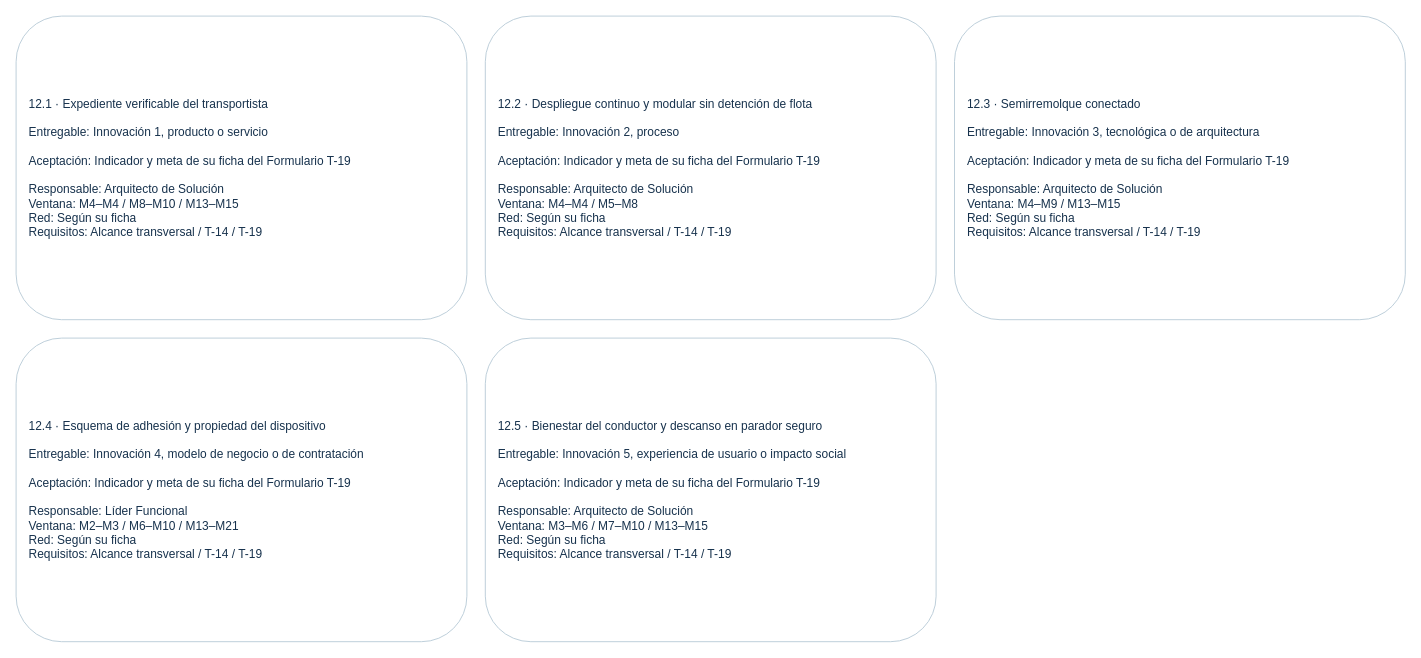
This is page "12 · Innovaciones" (12 of 13) of Informe-2/D2/01_EDT/03_Editables/EDT_Seccionada.drawio from mvergaral/audIT, a draw.io file, before an edit. Source tidied: cells renumbered, new cells numbered last; positions are measured from the earlier drawing's top-left corner, leaving out a move shared by most shapes. Both pictures are drawn from the tidied source at 92%, with x=0, y=0 at pixel (16, 16).
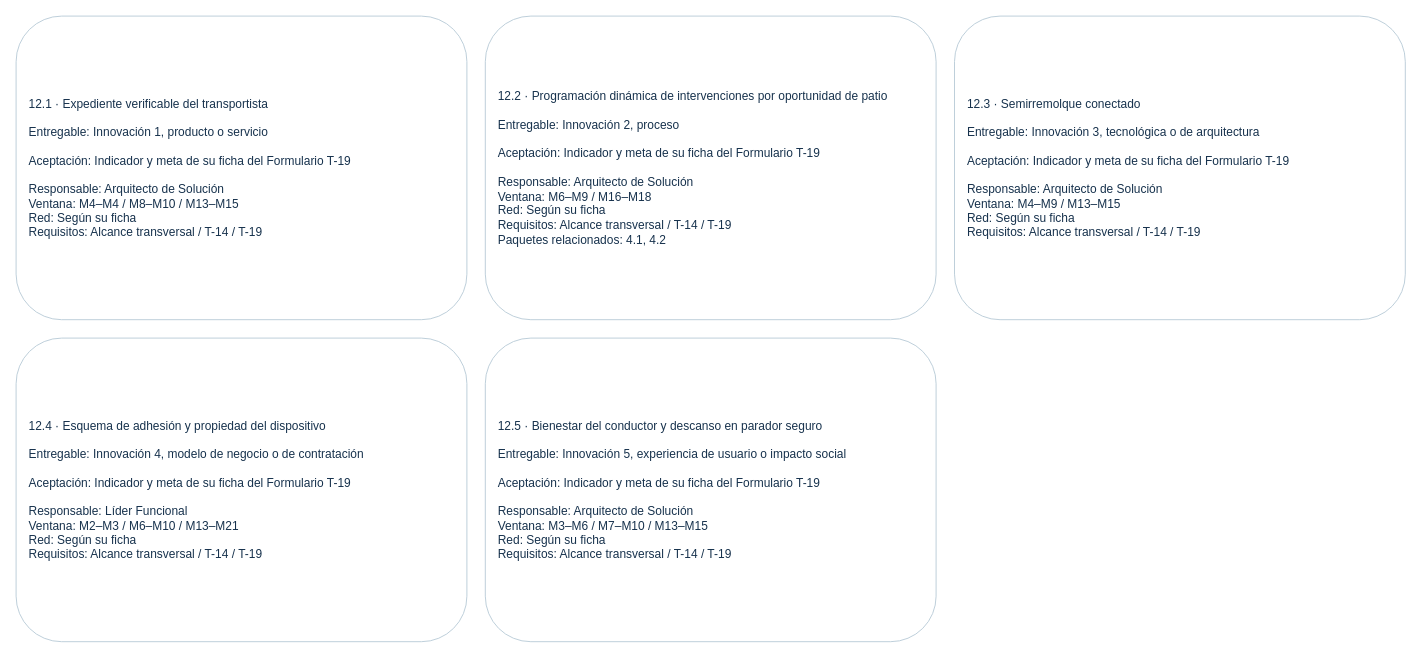
The same page after the edit.

Change to the diagram source:
```diff
@@
 <mxGraphModel>
   <root>
     <mxCell id="0" />
     <mxCell id="1" parent="0" />
     <mxCell id="2" value="12.1 · Expediente verificable del transportista&lt;br&gt;&lt;br&gt;Entregable: Innovación 1, producto o servicio&lt;br&gt;&lt;br&gt;Aceptación: Indicador y meta de su ficha del Formulario T-19&lt;br&gt;&lt;br&gt;Responsable: Arquitecto de Solución&lt;br&gt;Ventana: M4–M4 / M8–M10 / M13–M15&lt;br&gt;Red: Según su ficha&lt;br&gt;Requisitos: Alcance transversal / T-14 / T-19" style="rounded=1;whiteSpace=wrap;html=1;fillColor=#ffffff;strokeColor=#b9cbd7;fontColor=#17324d;fontSize=13;align=left;spacing=14;" parent="1" vertex="1">
       <mxGeometry width="490" height="330" as="geometry" />
     </mxCell>
-    <mxCell id="3" value="12.2 · Despliegue continuo y modular sin detención de flota&lt;br&gt;&lt;br&gt;Entregable: Innovación 2, proceso&lt;br&gt;&lt;br&gt;Aceptación: Indicador y meta de su ficha del Formulario T-19&lt;br&gt;&lt;br&gt;Responsable: Arquitecto de Solución&lt;br&gt;Ventana: M4–M4 / M5–M8&lt;br&gt;Red: Según su ficha&lt;br&gt;Requisitos: Alcance transversal / T-14 / T-19" style="rounded=1;whiteSpace=wrap;html=1;fillColor=#ffffff;strokeColor=#b9cbd7;fontColor=#17324d;fontSize=13;align=left;spacing=14;" parent="1" vertex="1">
+    <mxCell id="3" value="12.2 · Programación dinámica de intervenciones por oportunidad de patio&lt;br&gt;&lt;br&gt;Entregable: Innovación 2, proceso&lt;br&gt;&lt;br&gt;Aceptación: Indicador y meta de su ficha del Formulario T-19&lt;br&gt;&lt;br&gt;Responsable: Arquitecto de Solución&lt;br&gt;Ventana: M6–M9 / M16–M18&lt;br&gt;Red: Según su ficha&lt;br&gt;Requisitos: Alcance transversal / T-14 / T-19&lt;br&gt;Paquetes relacionados: 4.1, 4.2" style="rounded=1;whiteSpace=wrap;html=1;fillColor=#ffffff;strokeColor=#b9cbd7;fontColor=#17324d;fontSize=13;align=left;spacing=14;" parent="1" vertex="1">
       <mxGeometry x="510" width="490" height="330" as="geometry" />
     </mxCell>
     <mxCell id="4" value="12.3 · Semirremolque conectado&lt;br&gt;&lt;br&gt;Entregable: Innovación 3, tecnológica o de arquitectura&lt;br&gt;&lt;br&gt;Aceptación: Indicador y meta de su ficha del Formulario T-19&lt;br&gt;&lt;br&gt;Responsable: Arquitecto de Solución&lt;br&gt;Ventana: M4–M9 / M13–M15&lt;br&gt;Red: Según su ficha&lt;br&gt;Requisitos: Alcance transversal / T-14 / T-19" style="rounded=1;whiteSpace=wrap;html=1;fillColor=#ffffff;strokeColor=#b9cbd7;fontColor=#17324d;fontSize=13;align=left;spacing=14;" parent="1" vertex="1">
       <mxGeometry x="1020" width="490" height="330" as="geometry" />
     </mxCell>
     <mxCell id="5" value="12.4 · Esquema de adhesión y propiedad del dispositivo&lt;br&gt;&lt;br&gt;Entregable: Innovación 4, modelo de negocio o de contratación&lt;br&gt;&lt;br&gt;Aceptación: Indicador y meta de su ficha del Formulario T-19&lt;br&gt;&lt;br&gt;Responsable: Líder Funcional&lt;br&gt;Ventana: M2–M3 / M6–M10 / M13–M21&lt;br&gt;Red: Según su ficha&lt;br&gt;Requisitos: Alcance transversal / T-14 / T-19" style="rounded=1;whiteSpace=wrap;html=1;fillColor=#ffffff;strokeColor=#b9cbd7;fontColor=#17324d;fontSize=13;align=left;spacing=14;" parent="1" vertex="1">
       <mxGeometry y="350" width="490" height="330" as="geometry" />
     </mxCell>
     <mxCell id="6" value="12.5 · Bienestar del conductor y descanso en parador seguro&lt;br&gt;&lt;br&gt;Entregable: Innovación 5, experiencia de usuario o impacto social&lt;br&gt;&lt;br&gt;Aceptación: Indicador y meta de su ficha del Formulario T-19&lt;br&gt;&lt;br&gt;Responsable: Arquitecto de Solución&lt;br&gt;Ventana: M3–M6 / M7–M10 / M13–M15&lt;br&gt;Red: Según su ficha&lt;br&gt;Requisitos: Alcance transversal / T-14 / T-19" style="rounded=1;whiteSpace=wrap;html=1;fillColor=#ffffff;strokeColor=#b9cbd7;fontColor=#17324d;fontSize=13;align=left;spacing=14;" parent="1" vertex="1">
       <mxGeometry x="510" y="350" width="490" height="330" as="geometry" />
     </mxCell>
   </root>
 </mxGraphModel>
```
